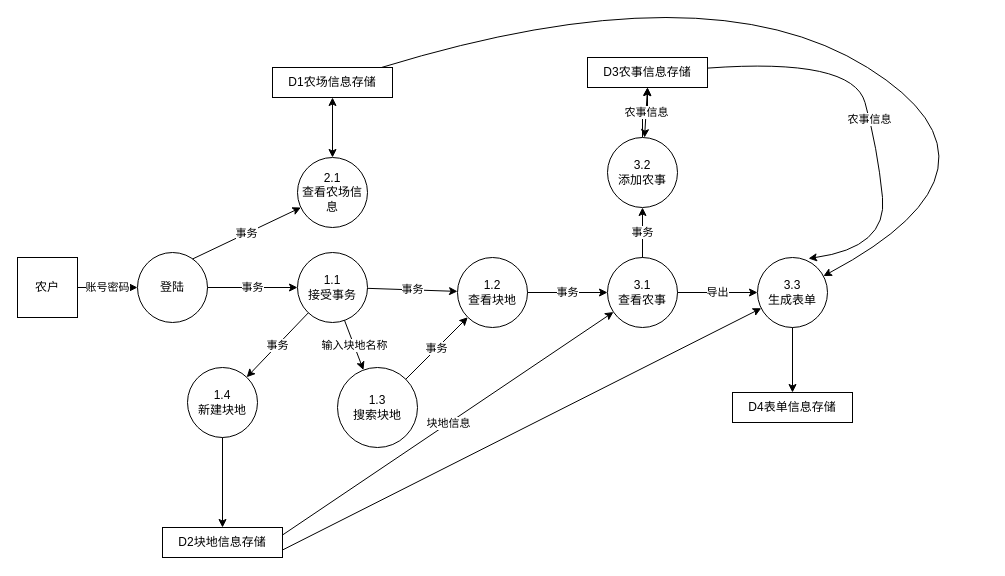
suzhenjing/text keeps this draw.io diagram as Untitled Diagram.drawio. Above is the earlier version. Source tidied: cells renumbered, new cells numbered last; positions are measured from the earlier drawing's top-left corner, leaving out a move shared by most shapes. Both pictures are drawn from the tidied source at 100%, with x=0, y=0 at pixel (17, -33).
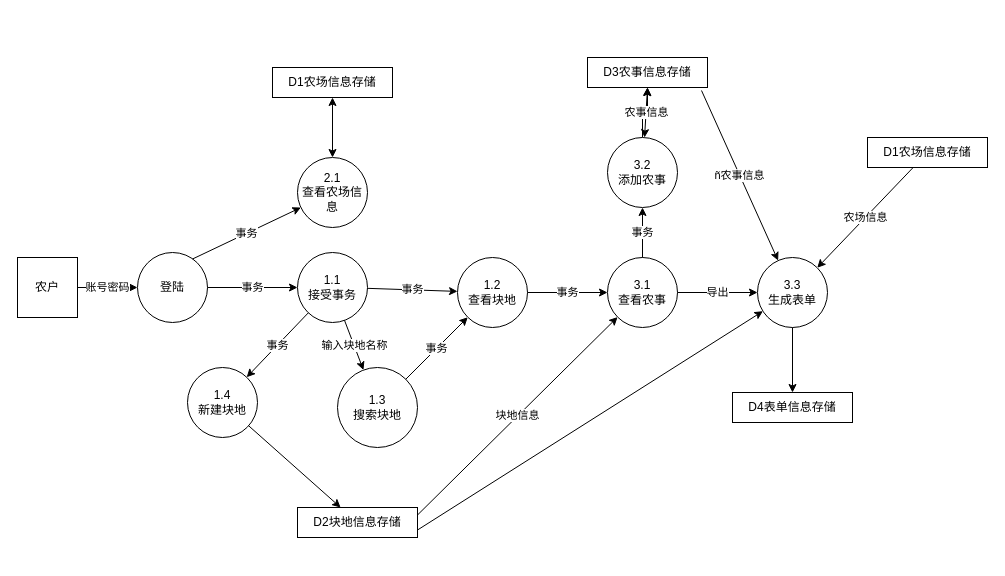
The same page after the edit.

Unchanged cells that the change refers to:
```xml
<mxCell id="16" value="D1农场信息存储" style="rounded=0;whiteSpace=wrap;html=1;" parent="1" vertex="1">
  <mxGeometry x="255" y="100" width="120" height="30" as="geometry" />
</mxCell>
<mxCell id="25" value="D3农事信息存储" style="rounded=0;whiteSpace=wrap;html=1;" parent="1" vertex="1">
  <mxGeometry x="570" y="90" width="120" height="30" as="geometry" />
</mxCell>
<mxCell id="28" value="3.3&lt;br&gt;生成表单&lt;br&gt;" style="ellipse;whiteSpace=wrap;html=1;" parent="1" vertex="1">
  <mxGeometry x="740" y="290" width="70" height="70" as="geometry" />
</mxCell>
```

Diff of the diagram source:
```diff
@@
     <mxCell id="13" value="D2块地信息存储" style="rounded=0;whiteSpace=wrap;html=1;" parent="1" vertex="1">
-      <mxGeometry x="145" y="560" width="120" height="30" as="geometry" />
+      <mxGeometry x="280" y="540" width="120" height="30" as="geometry" />
     </mxCell>
@@
-    <mxCell id="33" value="农事信息" style="curved=1;endArrow=classic;html=1;entryX=0.729;entryY=0.014;entryDx=0;entryDy=0;entryPerimeter=0;" parent="1" edge="1" source="25" target="28">
-      <mxGeometry relative="1" as="geometry">
-        <Array as="points">
-          <mxPoint x="835" y="90" />
-          <mxPoint x="860" y="180" />
-          <mxPoint x="870" y="280" />
-        </Array>
-      </mxGeometry>
+    <mxCell id="33" value="ñ农事信息" style="endArrow=classic;html=1;exitX=0.95;exitY=1.1;exitDx=0;exitDy=0;exitPerimeter=0;" parent="1" edge="1" source="25" target="28">
+      <mxGeometry relative="1" as="geometry" />
     </mxCell>
-    <mxCell id="34" style="curved=1;endArrow=classic;html=1;" parent="1" edge="1" source="16" target="28">
-      <mxGeometry relative="1" as="geometry">
-        <Array as="points">
-          <mxPoint x="690" />
-          <mxPoint x="1010" y="200" />
-        </Array>
-      </mxGeometry>
-    </mxCell>
+    <mxCell id="35" value="D1农场信息存储" style="rounded=0;whiteSpace=wrap;html=1;" parent="1" vertex="1">
+      <mxGeometry x="850" y="170" width="120" height="30" as="geometry" />
+    </mxCell>
+    <mxCell id="36" value="农场信息" style="endArrow=classic;html=1;entryX=1;entryY=0;entryDx=0;entryDy=0;" parent="1" edge="1" source="35" target="28">
+      <mxGeometry relative="1" as="geometry" />
+    </mxCell>
```
